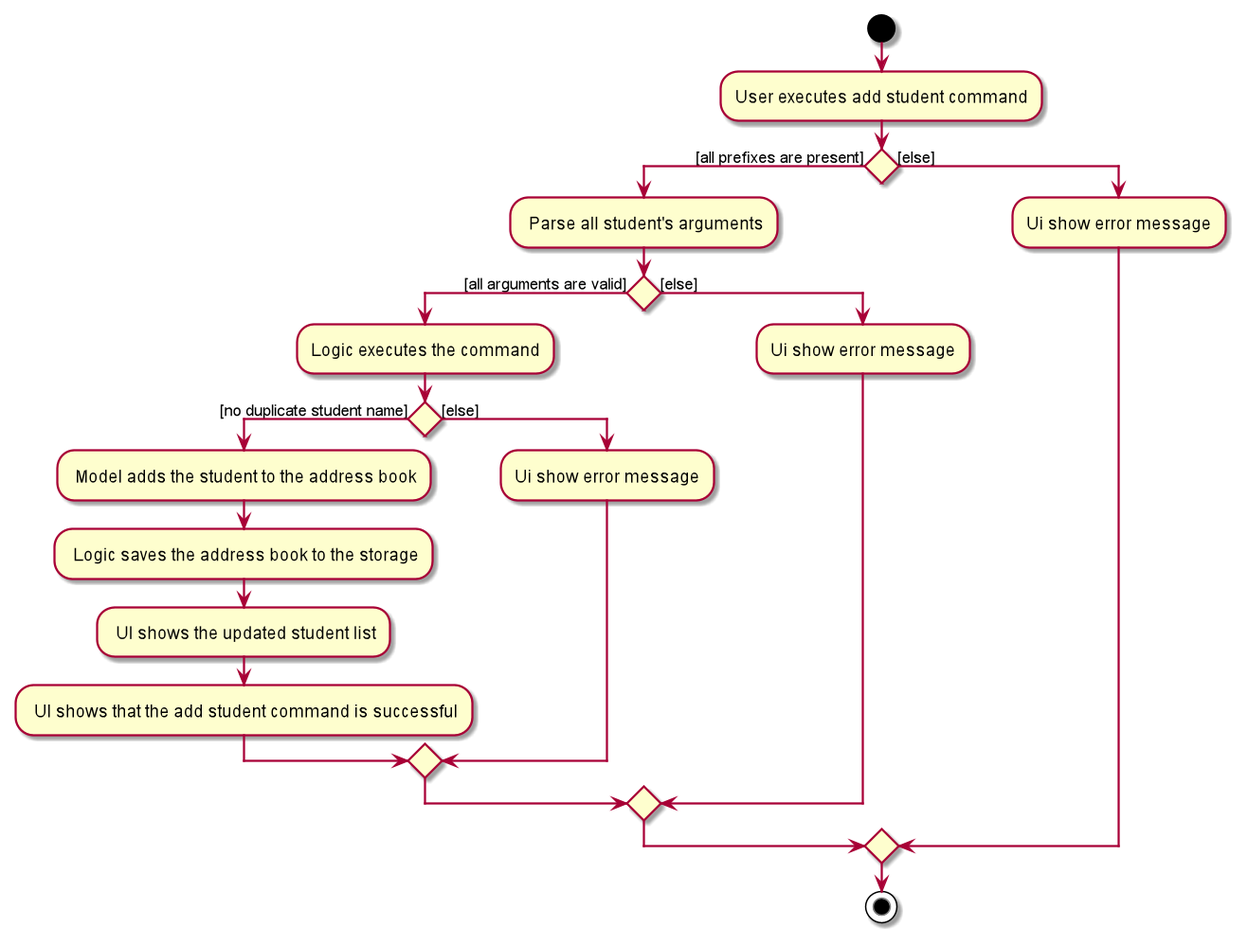
Before: docs/images/enhao/AddStudentActivityDiagram.png, a diagram exported from PlantUML (nus-cs2103-AY2021S2/tp).
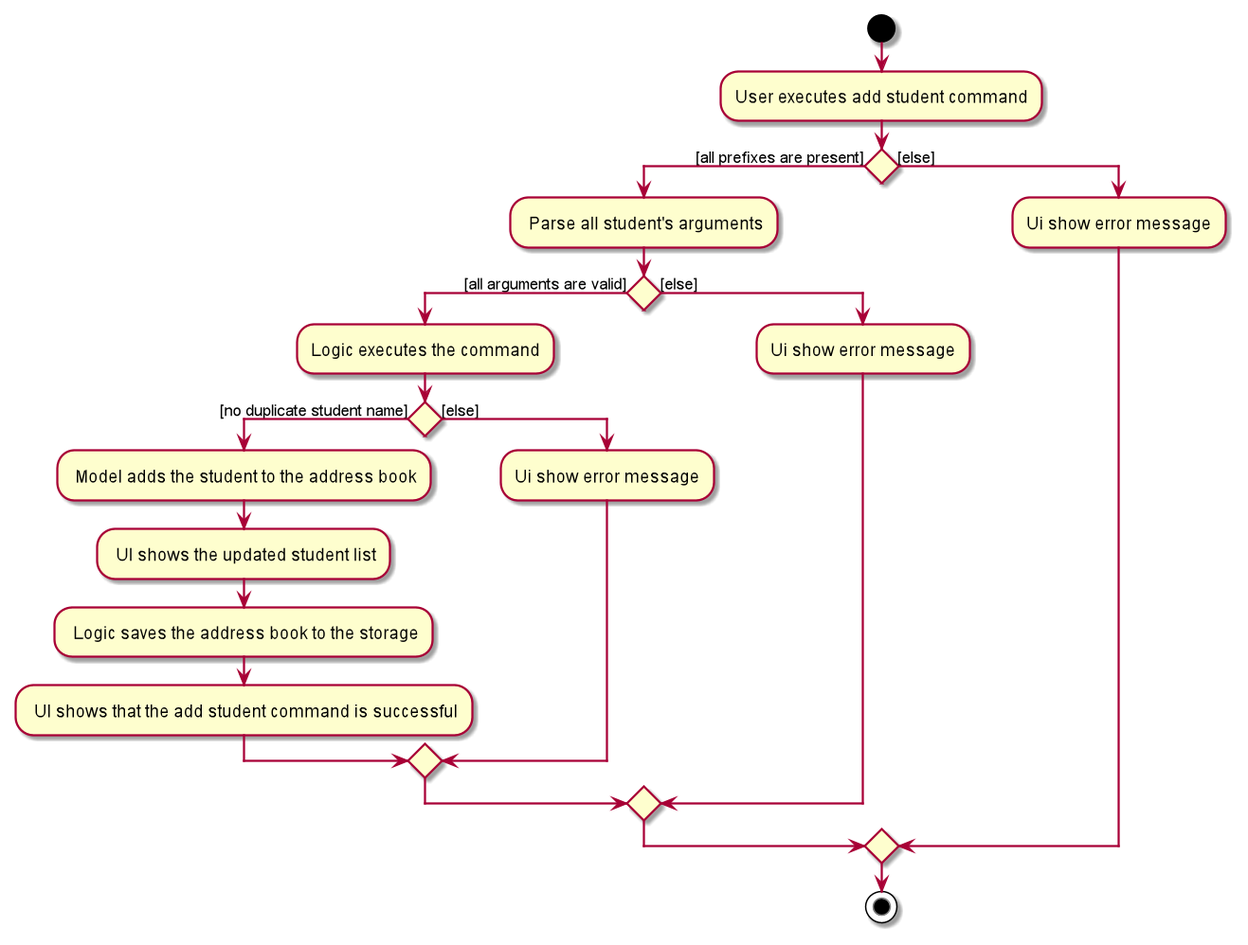
After the change.

Diff of the diagram source:
```diff
@@ -9,8 +9,8 @@
         :Logic executes the command;
         if () then ([no duplicate student name])
                 : Model adds the student to the address book;
+                : UI shows the updated student list;
                 : Logic saves the address book to the storage;
-                : UI shows the updated student list;
                 : UI shows that the add student command is successful;
             else ([else])
                 :Ui show error message;
```
